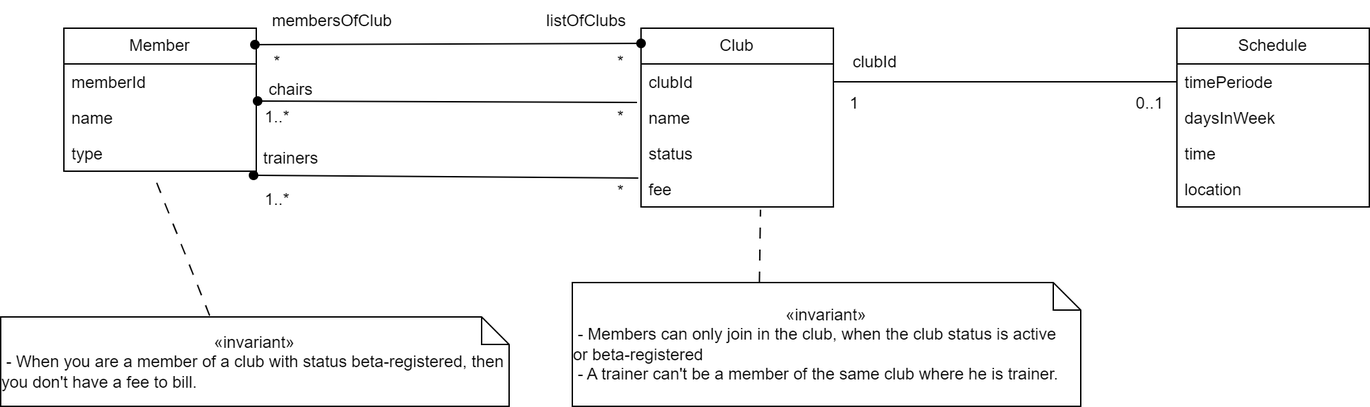
Before: domain_information_model.png, a diagram exported from draw.io (huda46/Assignment7). Source tidied: cells renumbered, new cells last; positions are measured from the earlier drawing's top-left corner, leaving out a move shared by most shapes.
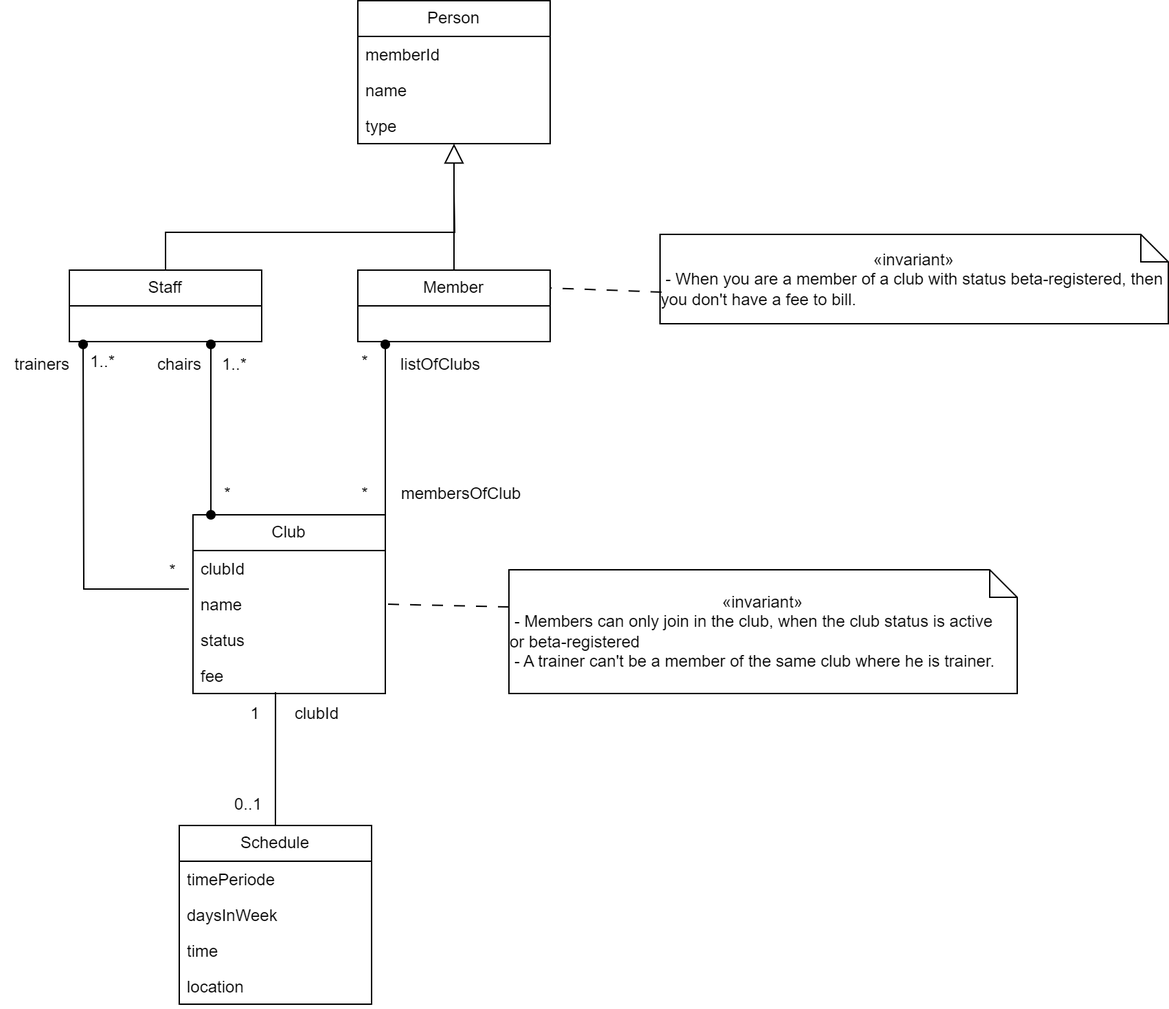
The same file after the commit.

Commit message:
changed the member class to a person class and add two subclasses

Change to the diagram source:
```diff
@@ -2,20 +2,14 @@
   <root>
     <mxCell id="0" />
     <mxCell id="1" parent="0" />
+    <mxCell id="37" style="edgeStyle=orthogonalEdgeStyle;rounded=0;jettySize=auto;html=1;endArrow=block;endFill=0;endSize=12;exitX=0.5;exitY=0;exitDx=0;exitDy=0;" parent="1" edge="1" source="2" target="38">
+      <mxGeometry relative="1" as="geometry" />
+    </mxCell>
     <mxCell id="2" value="Member" style="swimlane;fontStyle=0;horizontal=1;startSize=26;fillColor=none;whiteSpace=wrap;html=1;" parent="1" vertex="1">
-      <mxGeometry x="46" y="20" width="140" height="104" as="geometry" />
+      <mxGeometry x="56" y="-24" width="140" height="52" as="geometry" />
     </mxCell>
-    <mxCell id="3" value="memberId" style="text;strokeColor=none;fillColor=none;align=left;verticalAlign=top;spacingLeft=4;spacingRight=4;overflow=hidden;whiteSpace=wrap;html=1;" parent="2" vertex="1">
-      <mxGeometry y="26" width="140" height="26" as="geometry" />
-    </mxCell>
-    <mxCell id="4" value="name" style="text;strokeColor=none;fillColor=none;align=left;verticalAlign=top;spacingLeft=4;spacingRight=4;overflow=hidden;points=[[0,0.5],[1,0.5]];portConstraint=eastwest;whiteSpace=wrap;html=1;" parent="2" vertex="1">
-      <mxGeometry y="52" width="140" height="26" as="geometry" />
-    </mxCell>
-    <mxCell id="5" value="type" style="text;strokeColor=none;fillColor=none;align=left;verticalAlign=top;spacingLeft=4;spacingRight=4;overflow=hidden;points=[[0,0.5],[1,0.5]];portConstraint=eastwest;whiteSpace=wrap;html=1;" parent="2" vertex="1">
-      <mxGeometry y="78" width="140" height="26" as="geometry" />
-    </mxCell>
     <mxCell id="6" value="Club" style="swimlane;fontStyle=0;horizontal=1;startSize=26;fillColor=none;whiteSpace=wrap;html=1;" parent="1" vertex="1">
-      <mxGeometry x="466" y="20" width="140" height="130" as="geometry" />
+      <mxGeometry x="-64" y="154" width="140" height="130" as="geometry" />
     </mxCell>
     <mxCell id="7" value="clubId" style="text;strokeColor=none;fillColor=none;align=left;verticalAlign=top;spacingLeft=4;spacingRight=4;overflow=hidden;points=[[0,0.5],[1,0.5]];portConstraint=eastwest;whiteSpace=wrap;html=1;" parent="6" vertex="1">
       <mxGeometry y="26" width="140" height="26" as="geometry" />
@@ -30,7 +24,7 @@
       <mxGeometry y="104" width="140" height="26" as="geometry" />
     </mxCell>
     <mxCell id="11" value="Schedule" style="swimlane;fontStyle=0;horizontal=1;startSize=26;fillColor=none;whiteSpace=wrap;html=1;" parent="1" vertex="1">
-      <mxGeometry x="856" y="20" width="140" height="130" as="geometry" />
+      <mxGeometry x="-74" y="380" width="140" height="130" as="geometry" />
     </mxCell>
     <mxCell id="12" value="timePeriode" style="text;strokeColor=none;fillColor=none;align=left;verticalAlign=top;spacingLeft=4;spacingRight=4;overflow=hidden;points=[[0,0.5],[1,0.5]];portConstraint=eastwest;whiteSpace=wrap;html=1;" parent="11" vertex="1">
       <mxGeometry y="26" width="140" height="26" as="geometry" />
@@ -44,68 +38,94 @@
     <mxCell id="15" value="location" style="text;strokeColor=none;fillColor=none;align=left;verticalAlign=top;spacingLeft=4;spacingRight=4;overflow=hidden;whiteSpace=wrap;html=1;" parent="11" vertex="1">
       <mxGeometry y="104" width="140" height="26" as="geometry" />
     </mxCell>
-    <mxCell id="16" style="endArrow=oval;html=1;rounded=0;exitX=0.993;exitY=0.115;exitDx=0;exitDy=0;entryX=0;entryY=0.085;entryDx=0;entryDy=0;endFill=1;startArrow=oval;startFill=1;exitPerimeter=0;entryPerimeter=0;" parent="1" edge="1" source="2" target="6">
-      <mxGeometry relative="1" as="geometry" />
+    <mxCell id="16" style="endArrow=oval;html=1;rounded=0;entryX=0.093;entryY=0;entryDx=0;entryDy=0;endFill=1;startArrow=oval;startFill=1;entryPerimeter=0;" parent="1" edge="1" target="6">
+      <mxGeometry relative="1" as="geometry">
+        <mxPoint x="-51" y="30" as="sourcePoint" />
+      </mxGeometry>
     </mxCell>
     <mxCell id="17" value="listOfClubs" style="text;html=1;align=center;verticalAlign=middle;strokeColor=none;fillColor=none;" parent="1" vertex="1">
-      <mxGeometry x="386" width="80" height="30" as="geometry" />
+      <mxGeometry x="76" y="30" width="80" height="30" as="geometry" />
     </mxCell>
     <mxCell id="18" value="*" style="text;html=1;align=center;verticalAlign=middle;strokeColor=none;fillColor=none;" parent="1" vertex="1">
-      <mxGeometry x="186" y="30" width="30" height="30" as="geometry" />
+      <mxGeometry x="46" y="28" width="30" height="30" as="geometry" />
     </mxCell>
     <mxCell id="19" value="*" style="text;html=1;align=center;verticalAlign=middle;strokeColor=none;fillColor=none;" parent="1" vertex="1">
-      <mxGeometry x="436" y="30" width="30" height="30" as="geometry" />
+      <mxGeometry x="46" y="124" width="30" height="30" as="geometry" />
     </mxCell>
-    <mxCell id="20" style="endArrow=none;html=1;rounded=0;entryX=-0.014;entryY=0.192;entryDx=0;entryDy=0;startArrow=oval;startFill=1;exitX=0.986;exitY=1.115;exitDx=0;exitDy=0;exitPerimeter=0;entryPerimeter=0;" parent="1" edge="1" source="5" target="10">
-      <mxGeometry relative="1" as="geometry" />
+    <mxCell id="20" style="endArrow=none;html=1;rounded=0;entryX=1;entryY=0;entryDx=0;entryDy=0;startArrow=oval;startFill=1;" parent="1" edge="1" target="6">
+      <mxGeometry relative="1" as="geometry">
+        <mxPoint x="76" y="30" as="sourcePoint" />
+      </mxGeometry>
     </mxCell>
     <mxCell id="21" value="trainers" style="text;html=1;align=center;verticalAlign=middle;strokeColor=none;fillColor=none;" parent="1" vertex="1">
-      <mxGeometry x="181" y="100" width="60" height="30" as="geometry" />
+      <mxGeometry x="-204" y="30" width="60" height="30" as="geometry" />
     </mxCell>
     <mxCell id="22" value="1..*" style="text;html=1;align=center;verticalAlign=middle;strokeColor=none;fillColor=none;" parent="1" vertex="1">
-      <mxGeometry x="181" y="130" width="40" height="30" as="geometry" />
+      <mxGeometry x="-54" y="30" width="40" height="30" as="geometry" />
     </mxCell>
     <mxCell id="23" value="*" style="text;html=1;align=center;verticalAlign=middle;strokeColor=none;fillColor=none;" parent="1" vertex="1">
-      <mxGeometry x="436" y="124" width="30" height="30" as="geometry" />
+      <mxGeometry x="-54" y="124" width="30" height="30" as="geometry" />
     </mxCell>
     <mxCell id="24" value="membersOfClub" style="text;html=1;align=center;verticalAlign=middle;strokeColor=none;fillColor=none;" parent="1" vertex="1">
-      <mxGeometry x="186" width="110" height="30" as="geometry" />
+      <mxGeometry x="76" y="124" width="110" height="30" as="geometry" />
     </mxCell>
-    <mxCell id="25" style="rounded=0;jettySize=auto;html=1;exitX=0;exitY=0.5;exitDx=0;exitDy=0;entryX=1;entryY=0.5;entryDx=0;entryDy=0;endArrow=none;endFill=0;" parent="1" edge="1" source="12" target="7">
+    <mxCell id="25" style="rounded=0;jettySize=auto;html=1;exitX=0.5;exitY=0;exitDx=0;exitDy=0;endArrow=none;endFill=0;entryX=0.429;entryY=0.962;entryDx=0;entryDy=0;entryPerimeter=0;" parent="1" edge="1" source="11" target="10">
       <mxGeometry relative="1" as="geometry" />
     </mxCell>
     <mxCell id="26" value="0..1" style="text;html=1;align=center;verticalAlign=middle;strokeColor=none;fillColor=none;" parent="1" vertex="1">
-      <mxGeometry x="816" y="60" width="40" height="30" as="geometry" />
+      <mxGeometry x="-44" y="350" width="40" height="30" as="geometry" />
     </mxCell>
     <mxCell id="27" value="1" style="text;html=1;align=center;verticalAlign=middle;strokeColor=none;fillColor=none;" parent="1" vertex="1">
-      <mxGeometry x="606" y="60" width="30" height="30" as="geometry" />
+      <mxGeometry x="-34" y="284" width="30" height="30" as="geometry" />
     </mxCell>
     <mxCell id="28" value="clubId" style="text;html=1;align=center;verticalAlign=middle;strokeColor=none;fillColor=none;" parent="1" vertex="1">
-      <mxGeometry x="606" y="30" width="60" height="30" as="geometry" />
+      <mxGeometry x="-4" y="284" width="60" height="30" as="geometry" />
     </mxCell>
     <mxCell id="29" value="&lt;div style=&quot;&quot;&gt;&lt;span style=&quot;background-color: initial;&quot;&gt;«invariant»&lt;/span&gt;&lt;/div&gt;&lt;div style=&quot;text-align: left;&quot;&gt;&lt;span style=&quot;background-color: initial;&quot;&gt;&amp;nbsp;- Members can only join in the club, when the club status is active&amp;nbsp; &amp;nbsp; or beta-registered&lt;/span&gt;&lt;/div&gt;&lt;div style=&quot;text-align: left;&quot;&gt;&amp;nbsp;- A trainer can't be a member of the same club where he is trainer.&lt;/div&gt;" style="shape=note;size=20;whiteSpace=wrap;html=1;" parent="1" vertex="1">
-      <mxGeometry x="416" y="205" width="370" height="90" as="geometry" />
+      <mxGeometry x="166" y="194" width="370" height="90" as="geometry" />
     </mxCell>
-    <mxCell id="30" style="rounded=0;jettySize=auto;html=1;exitX=0.368;exitY=0;exitDx=0;exitDy=0;endArrow=none;endFill=0;exitPerimeter=0;entryX=0.621;entryY=1.077;entryDx=0;entryDy=0;entryPerimeter=0;dashed=1;dashPattern=8 8;" parent="1" edge="1" source="29" target="10">
+    <mxCell id="30" style="rounded=0;jettySize=auto;html=1;exitX=0;exitY=0.3;exitDx=0;exitDy=0;endArrow=none;endFill=0;exitPerimeter=0;entryX=1;entryY=0.5;entryDx=0;entryDy=0;dashed=1;dashPattern=8 8;" parent="1" edge="1" source="29" target="8">
       <mxGeometry relative="1" as="geometry" />
     </mxCell>
     <mxCell id="31" value="&lt;div style=&quot;&quot;&gt;&lt;span style=&quot;background-color: initial;&quot;&gt;«invariant»&lt;/span&gt;&lt;/div&gt;&lt;div style=&quot;text-align: left;&quot;&gt;&lt;span style=&quot;background-color: initial;&quot;&gt;&amp;nbsp;-&amp;nbsp;&lt;/span&gt;&lt;span style=&quot;background-color: initial;&quot;&gt;When you are a member of a club with status beta-registered, then you don't have a fee to bill.&lt;/span&gt;&lt;/div&gt;" style="shape=note;size=20;whiteSpace=wrap;html=1;" parent="1" vertex="1">
-      <mxGeometry y="230" width="370" height="65" as="geometry" />
+      <mxGeometry x="276" y="-50" width="370" height="65" as="geometry" />
     </mxCell>
-    <mxCell id="32" style="rounded=0;jettySize=auto;html=1;exitX=0.411;exitY=-0.015;exitDx=0;exitDy=0;endArrow=none;endFill=0;exitPerimeter=0;entryX=0.464;entryY=1.077;entryDx=0;entryDy=0;entryPerimeter=0;dashed=1;dashPattern=8 8;" parent="1" edge="1" source="31" target="5">
+    <mxCell id="32" style="rounded=0;jettySize=auto;html=1;exitX=0.003;exitY=0.646;exitDx=0;exitDy=0;endArrow=none;endFill=0;exitPerimeter=0;entryX=1;entryY=0.25;entryDx=0;entryDy=0;dashed=1;dashPattern=8 8;" parent="1" edge="1" source="31" target="2">
       <mxGeometry relative="1" as="geometry" />
     </mxCell>
-    <mxCell id="33" style="endArrow=none;html=1;rounded=0;entryX=-0.021;entryY=0.077;entryDx=0;entryDy=0;startArrow=oval;startFill=1;entryPerimeter=0;exitX=1.007;exitY=0.038;exitDx=0;exitDy=0;exitPerimeter=0;" parent="1" edge="1" source="4" target="8">
-      <mxGeometry relative="1" as="geometry" />
+    <mxCell id="33" style="endArrow=none;html=1;entryX=-0.021;entryY=0.077;entryDx=0;entryDy=0;startArrow=oval;startFill=1;entryPerimeter=0;jumpStyle=none;rounded=0;edgeStyle=orthogonalEdgeStyle;" parent="1" edge="1" target="8">
+      <mxGeometry relative="1" as="geometry">
+        <mxPoint x="-144" y="30" as="sourcePoint" />
+      </mxGeometry>
     </mxCell>
     <mxCell id="34" value="chairs" style="text;html=1;align=center;verticalAlign=middle;strokeColor=none;fillColor=none;" parent="1" vertex="1">
-      <mxGeometry x="181" y="50" width="60" height="30" as="geometry" />
+      <mxGeometry x="-104" y="30" width="60" height="30" as="geometry" />
     </mxCell>
     <mxCell id="35" value="1..*" style="text;html=1;align=center;verticalAlign=middle;strokeColor=none;fillColor=none;" parent="1" vertex="1">
-      <mxGeometry x="181" y="70" width="40" height="30" as="geometry" />
+      <mxGeometry x="-150" y="28" width="40" height="30" as="geometry" />
     </mxCell>
     <mxCell id="36" value="*" style="text;html=1;align=center;verticalAlign=middle;strokeColor=none;fillColor=none;" parent="1" vertex="1">
-      <mxGeometry x="436" y="70" width="30" height="30" as="geometry" />
+      <mxGeometry x="-94" y="180" width="30" height="30" as="geometry" />
     </mxCell>
+    <mxCell id="38" value="Person" style="swimlane;fontStyle=0;horizontal=1;startSize=26;fillColor=none;whiteSpace=wrap;html=1;" parent="1" vertex="1">
+      <mxGeometry x="56" y="-220" width="140" height="104" as="geometry" />
+    </mxCell>
+    <mxCell id="3" value="memberId" style="text;strokeColor=none;fillColor=none;align=left;verticalAlign=top;spacingLeft=4;spacingRight=4;overflow=hidden;whiteSpace=wrap;html=1;" parent="38" vertex="1">
+      <mxGeometry y="26" width="140" height="26" as="geometry" />
+    </mxCell>
+    <mxCell id="4" value="name" style="text;strokeColor=none;fillColor=none;align=left;verticalAlign=top;spacingLeft=4;spacingRight=4;overflow=hidden;points=[[0,0.5],[1,0.5]];portConstraint=eastwest;whiteSpace=wrap;html=1;" parent="38" vertex="1">
+      <mxGeometry y="52" width="140" height="26" as="geometry" />
+    </mxCell>
+    <mxCell id="5" value="type" style="text;strokeColor=none;fillColor=none;align=left;verticalAlign=top;spacingLeft=4;spacingRight=4;overflow=hidden;points=[[0,0.5],[1,0.5]];portConstraint=eastwest;whiteSpace=wrap;html=1;" parent="38" vertex="1">
+      <mxGeometry y="78" width="140" height="26" as="geometry" />
+    </mxCell>
+    <mxCell id="39" style="edgeStyle=orthogonalEdgeStyle;rounded=0;jettySize=auto;html=1;exitX=0.5;exitY=0;exitDx=0;exitDy=0;endArrow=none;endFill=0;" parent="1" edge="1" source="40">
+      <mxGeometry relative="1" as="geometry">
+        <mxPoint x="126" y="-80" as="targetPoint" />
+      </mxGeometry>
+    </mxCell>
+    <mxCell id="40" value="Staff" style="swimlane;fontStyle=0;horizontal=1;startSize=26;fillColor=none;whiteSpace=wrap;html=1;" parent="1" vertex="1">
+      <mxGeometry x="-154" y="-24" width="140" height="52" as="geometry" />
+    </mxCell>
   </root>
 </mxGraphModel>
```
